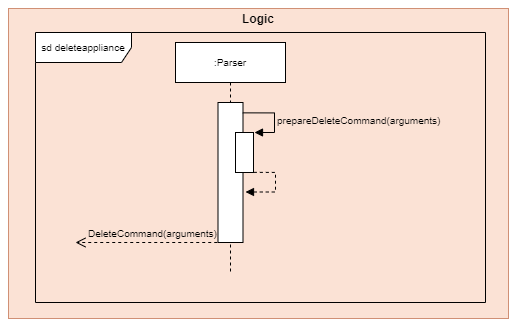
Earlier version of the draw.io export docs/images/diagrams/Sequence_Parser_Delete.png (nus-cs2113-AY2021S1/tp). Source tidied: cells renumbered, new cells last; positions are measured from the earlier drawing's top-left corner, leaving out a move shared by most shapes. Its diagram source:
```xml
<mxGraphModel>
  <root>
    <mxCell id="0" />
    <mxCell id="1" parent="0" />
    <mxCell id="2" style="group;fillColor=#fff2cc;opacity=65;strokeColor=#d6b656;" parent="1" vertex="1">
      <mxGeometry width="500" height="310" as="geometry" />
    </mxCell>
    <mxCell id="3" style="rounded=0;whiteSpace=wrap;html=1;fillColor=#f8cecc;strokeColor=#b85450;opacity=50;" parent="2" vertex="1">
      <mxGeometry width="500" height="310" as="geometry" />
    </mxCell>
    <mxCell id="4" value="&lt;b&gt;Logic&lt;/b&gt;" style="text;html=1;strokeColor=none;fillColor=none;align=center;verticalAlign=middle;whiteSpace=wrap;rounded=0;opacity=50;" parent="2" vertex="1">
      <mxGeometry x="185.8" y="5.2" width="128.4" height="10.3" as="geometry" />
    </mxCell>
    <mxCell id="5" value="sd deleteappliance" style="shape=umlFrame;whiteSpace=wrap;html=1;shadow=0;labelBackgroundColor=none;sketch=0;fillColor=#ffffff;fontSize=10;fontColor=#000000;width=96;height=30;" parent="1" vertex="1">
      <mxGeometry x="27" y="24" width="450" height="270" as="geometry" />
    </mxCell>
    <mxCell id="6" value=":Parser" style="shape=umlLifeline;perimeter=lifelinePerimeter;whiteSpace=wrap;html=1;shadow=0;labelBackgroundColor=none;sketch=0;fillColor=#ffffff;fontSize=10;fontColor=#000000;" parent="1" vertex="1">
      <mxGeometry x="167" y="34" width="110" height="230" as="geometry" />
    </mxCell>
    <mxCell id="7" style="html=1;perimeter=orthogonalPerimeter;shadow=0;labelBackgroundColor=none;sketch=0;fillColor=#ffffff;fontSize=10;fontColor=#000000;" parent="6" vertex="1">
      <mxGeometry x="42.5" y="60" width="25" height="140" as="geometry" />
    </mxCell>
    <mxCell id="8" style="html=1;perimeter=orthogonalPerimeter;shadow=0;labelBackgroundColor=none;sketch=0;fillColor=#ffffff;fontSize=10;fontColor=#000000;" parent="6" vertex="1">
      <mxGeometry x="60" y="90" width="18" height="40" as="geometry" />
    </mxCell>
    <mxCell id="9" style="edgeStyle=orthogonalEdgeStyle;html=1;align=left;spacingLeft=2;endArrow=block;rounded=0;entryX=1;entryY=0;fontSize=10;fontColor=#000000;exitX=0.952;exitY=0.074;exitDx=0;exitDy=0;exitPerimeter=0;" parent="6" edge="1">
      <mxGeometry relative="1" as="geometry">
        <mxPoint x="67.3" y="70.4" as="sourcePoint" />
        <mxPoint x="79" y="90" as="targetPoint" />
        <Array as="points">
          <mxPoint x="99" y="70" />
          <mxPoint x="99" y="90" />
        </Array>
      </mxGeometry>
    </mxCell>
    <mxCell id="10" style="edgeStyle=orthogonalEdgeStyle;html=1;align=left;spacingLeft=2;endArrow=block;rounded=0;entryX=1.1;entryY=0.625;fontSize=10;fontColor=#000000;exitX=0.952;exitY=0.074;exitDx=0;exitDy=0;exitPerimeter=0;entryDx=0;entryDy=0;entryPerimeter=0;dashed=1;" parent="1" edge="1">
      <mxGeometry relative="1" as="geometry">
        <mxPoint x="245.3" y="163.9" as="sourcePoint" />
        <mxPoint x="237" y="183.5" as="targetPoint" />
        <Array as="points">
          <mxPoint x="267" y="164" />
          <mxPoint x="267" y="184" />
        </Array>
      </mxGeometry>
    </mxCell>
    <mxCell id="11" value="&lt;span style=&quot;color: rgb(0, 0, 0); font-family: helvetica; font-size: 10px; font-style: normal; font-weight: 400; letter-spacing: normal; text-align: left; text-indent: 0px; text-transform: none; word-spacing: 0px; display: inline; float: none;&quot;&gt;prepareDeleteCommand(arguments)&lt;/span&gt;" style="text;whiteSpace=wrap;html=1;labelBackgroundColor=none;" parent="1" vertex="1">
      <mxGeometry x="267" y="98" width="190" height="30" as="geometry" />
    </mxCell>
    <mxCell id="12" value="&lt;span style=&quot;color: rgb(0, 0, 0); font-family: helvetica; font-size: 10px; font-style: normal; font-weight: 400; letter-spacing: normal; text-align: center; text-indent: 0px; text-transform: none; word-spacing: 0px; display: inline; float: none;&quot;&gt;DeleteCommand(arguments)&lt;/span&gt;" style="text;whiteSpace=wrap;html=1;labelBackgroundColor=none;" parent="1" vertex="1">
      <mxGeometry x="78" y="211" width="150" height="30" as="geometry" />
    </mxCell>
    <mxCell id="13" style="html=1;verticalAlign=bottom;endArrow=open;dashed=1;endSize=8;fontSize=10;fontColor=#000000;exitX=-0.031;exitY=1;exitDx=0;exitDy=0;exitPerimeter=0;" parent="1" edge="1">
      <mxGeometry relative="1" as="geometry">
        <mxPoint x="208.7" y="234" as="sourcePoint" />
        <mxPoint x="67" y="234" as="targetPoint" />
      </mxGeometry>
    </mxCell>
  </root>
</mxGraphModel>
```
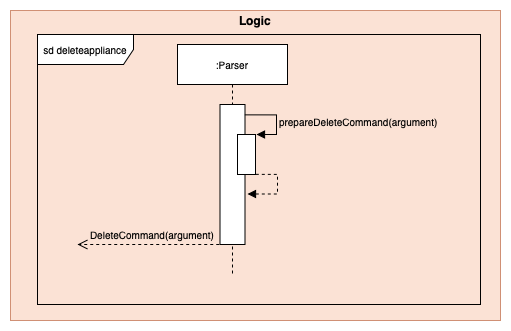
Above is the later version.

Commit message:
Add Parser Sequence image in DG

The edit, as a diff of the source:
```diff
@@ -3,16 +3,16 @@
     <mxCell id="0" />
     <mxCell id="1" parent="0" />
     <mxCell id="2" style="group;fillColor=#fff2cc;opacity=65;strokeColor=#d6b656;" parent="1" vertex="1">
-      <mxGeometry width="500" height="310" as="geometry" />
+      <mxGeometry width="490" height="310" as="geometry" />
     </mxCell>
     <mxCell id="3" style="rounded=0;whiteSpace=wrap;html=1;fillColor=#f8cecc;strokeColor=#b85450;opacity=50;" parent="2" vertex="1">
-      <mxGeometry width="500" height="310" as="geometry" />
+      <mxGeometry width="490" height="310" as="geometry" />
     </mxCell>
     <mxCell id="4" value="&lt;b&gt;Logic&lt;/b&gt;" style="text;html=1;strokeColor=none;fillColor=none;align=center;verticalAlign=middle;whiteSpace=wrap;rounded=0;opacity=50;" parent="2" vertex="1">
-      <mxGeometry x="185.8" y="5.2" width="128.4" height="10.3" as="geometry" />
+      <mxGeometry x="182.1" y="5.2" width="125.8" height="10.3" as="geometry" />
     </mxCell>
     <mxCell id="5" value="sd deleteappliance" style="shape=umlFrame;whiteSpace=wrap;html=1;shadow=0;labelBackgroundColor=none;sketch=0;fillColor=#ffffff;fontSize=10;fontColor=#000000;width=96;height=30;" parent="1" vertex="1">
-      <mxGeometry x="27" y="24" width="450" height="270" as="geometry" />
+      <mxGeometry x="27" y="24" width="443" height="270" as="geometry" />
     </mxCell>
     <mxCell id="6" value=":Parser" style="shape=umlLifeline;perimeter=lifelinePerimeter;whiteSpace=wrap;html=1;shadow=0;labelBackgroundColor=none;sketch=0;fillColor=#ffffff;fontSize=10;fontColor=#000000;" parent="1" vertex="1">
       <mxGeometry x="167" y="34" width="110" height="230" as="geometry" />
@@ -43,10 +43,10 @@
         </Array>
       </mxGeometry>
     </mxCell>
-    <mxCell id="11" value="&lt;span style=&quot;color: rgb(0, 0, 0); font-family: helvetica; font-size: 10px; font-style: normal; font-weight: 400; letter-spacing: normal; text-align: left; text-indent: 0px; text-transform: none; word-spacing: 0px; display: inline; float: none;&quot;&gt;prepareDeleteCommand(arguments)&lt;/span&gt;" style="text;whiteSpace=wrap;html=1;labelBackgroundColor=none;" parent="1" vertex="1">
-      <mxGeometry x="267" y="98" width="190" height="30" as="geometry" />
+    <mxCell id="11" value="&lt;span style=&quot;color: rgb(0 , 0 , 0) ; font-family: &amp;#34;helvetica&amp;#34; ; font-size: 10px ; font-style: normal ; font-weight: 400 ; letter-spacing: normal ; text-align: left ; text-indent: 0px ; text-transform: none ; word-spacing: 0px ; display: inline ; float: none&quot;&gt;prepareDeleteCommand(argument)&lt;/span&gt;" style="text;whiteSpace=wrap;html=1;labelBackgroundColor=none;" parent="1" vertex="1">
+      <mxGeometry x="267" y="98" width="170" height="30" as="geometry" />
     </mxCell>
-    <mxCell id="12" value="&lt;span style=&quot;color: rgb(0, 0, 0); font-family: helvetica; font-size: 10px; font-style: normal; font-weight: 400; letter-spacing: normal; text-align: center; text-indent: 0px; text-transform: none; word-spacing: 0px; display: inline; float: none;&quot;&gt;DeleteCommand(arguments)&lt;/span&gt;" style="text;whiteSpace=wrap;html=1;labelBackgroundColor=none;" parent="1" vertex="1">
+    <mxCell id="12" value="&lt;span style=&quot;color: rgb(0 , 0 , 0) ; font-family: &amp;#34;helvetica&amp;#34; ; font-size: 10px ; font-style: normal ; font-weight: 400 ; letter-spacing: normal ; text-align: center ; text-indent: 0px ; text-transform: none ; word-spacing: 0px ; display: inline ; float: none&quot;&gt;DeleteCommand(argument)&lt;/span&gt;" style="text;whiteSpace=wrap;html=1;labelBackgroundColor=none;" parent="1" vertex="1">
       <mxGeometry x="78" y="211" width="150" height="30" as="geometry" />
     </mxCell>
     <mxCell id="13" style="html=1;verticalAlign=bottom;endArrow=open;dashed=1;endSize=8;fontSize=10;fontColor=#000000;exitX=-0.031;exitY=1;exitDx=0;exitDy=0;exitPerimeter=0;" parent="1" edge="1">
```
